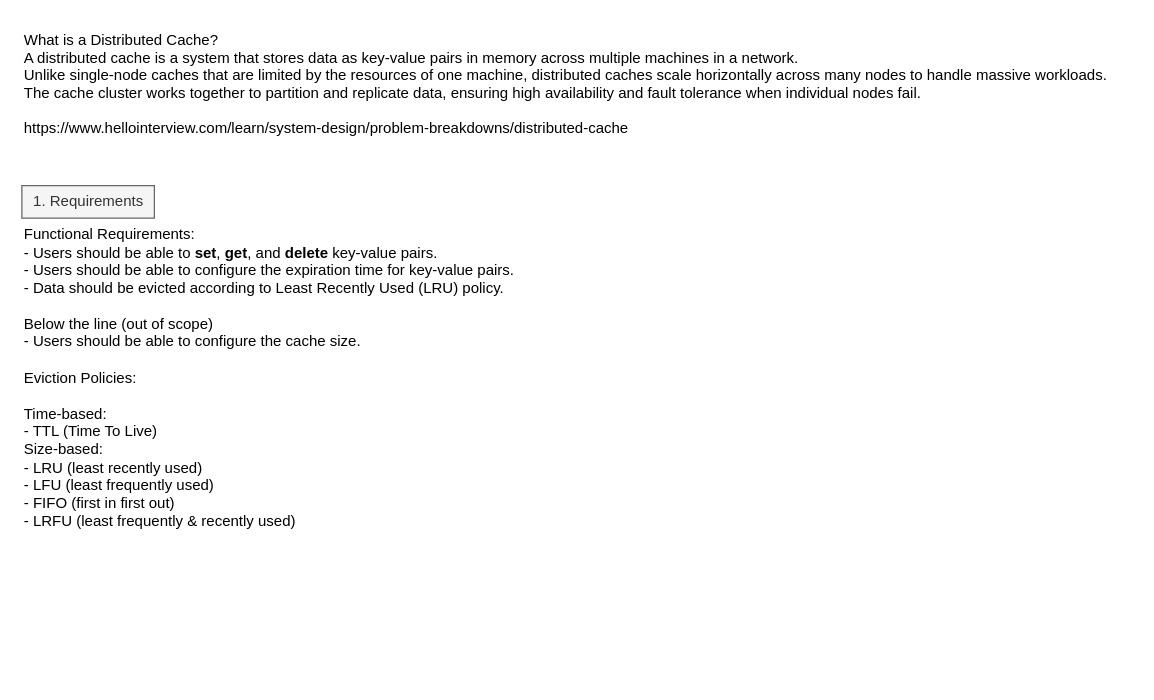
This is page "distributed cache" (4 of 4) of system_design.drawio from lacrimae/system_design_practice, a draw.io file, before an edit. Source tidied: cells renumbered, new cells numbered last; positions are measured from the earlier drawing's top-left corner, leaving out a move shared by most shapes. Both pictures are drawn from the tidied source at 125%, with x=0, y=0 at pixel (21, 21).
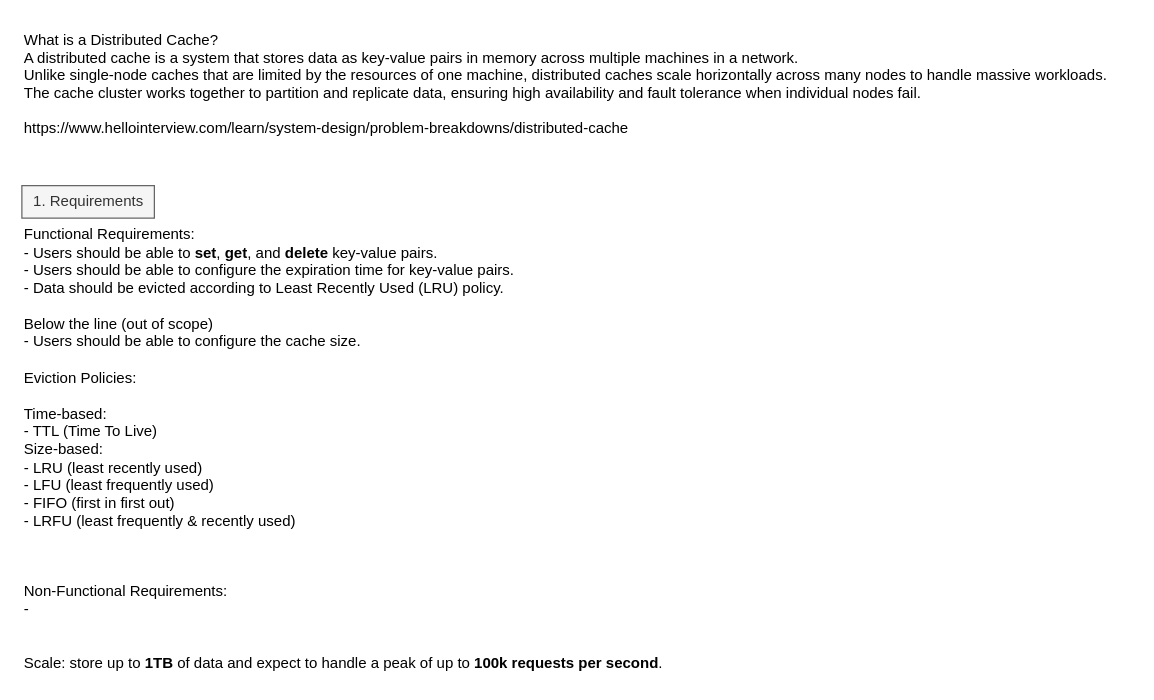
The same page after the edit.

Diff of the diagram source:
```diff
@@
 <mxGraphModel>
   <root>
     <mxCell id="0" />
     <mxCell id="1" parent="0" />
     <mxCell id="2" value="&lt;div style=&quot;&quot;&gt;&lt;br&gt;&lt;/div&gt;" style="text;html=1;align=left;verticalAlign=middle;strokeColor=none;fillColor=none;" parent="1" vertex="1">
       <mxGeometry x="693" y="169" width="18" height="26" as="geometry" />
     </mxCell>
     <mxCell id="3" value="What is a Distributed Cache?&#10;A distributed cache is a system that stores data as key-value pairs in memory across multiple machines in a network. &#10;Unlike single-node caches that are limited by the resources of one machine, distributed caches scale horizontally across many nodes to handle massive workloads. &#10;The cache cluster works together to partition and replicate data, ensuring high availability and fault tolerance when individual nodes fail.&#10;&#10;https://www.hellointerview.com/learn/system-design/problem-breakdowns/distributed-cache" style="text;align=left;verticalAlign=middle;strokeColor=none;fillColor=none;fontStyle=0;" parent="1" vertex="1">
       <mxGeometry width="888" height="98" as="geometry" />
     </mxCell>
     <mxCell id="4" value="1. Requirements" style="text;html=1;align=center;verticalAlign=middle;strokeColor=#666666;fillColor=#f5f5f5;fontColor=#333333;" parent="1" vertex="1">
       <mxGeometry y="131" width="106" height="26" as="geometry" />
     </mxCell>
     <mxCell id="5" value="Functional Requirements:&lt;div&gt;&lt;div&gt;- Users should be able to &lt;b&gt;set&lt;/b&gt;, &lt;b&gt;get&lt;/b&gt;, and &lt;b&gt;delete&lt;/b&gt; key-value pairs.&lt;/div&gt;&lt;div&gt;- Users should be able to configure the expiration time for key-value pairs.&lt;/div&gt;&lt;div&gt;- Data should be evicted according to Least Recently Used (LRU) policy.&lt;/div&gt;&lt;div&gt;&lt;br&gt;&lt;/div&gt;&lt;div&gt;Below the line (out of scope)&lt;/div&gt;&lt;div&gt;- Users should be able to configure the cache size.&lt;/div&gt;&lt;/div&gt;" style="text;html=1;align=left;verticalAlign=middle;strokeColor=none;fillColor=none;" parent="1" vertex="1">
       <mxGeometry y="156" width="410" height="113" as="geometry" />
     </mxCell>
     <mxCell id="6" value="Eviction Policies:&lt;div&gt;&lt;br&gt;&lt;div&gt;Time-based:&lt;/div&gt;&lt;div&gt;- TTL (Time To Live)&lt;/div&gt;&lt;div&gt;Size-based:&lt;/div&gt;&lt;div&gt;- LRU (least recently used)&lt;/div&gt;&lt;div&gt;- LFU (least frequently used)&lt;/div&gt;&lt;div&gt;- FIFO (first in first out)&lt;/div&gt;&lt;div&gt;- LRFU (least frequently &amp;amp; recently used)&lt;/div&gt;&lt;/div&gt;" style="text;html=1;align=left;verticalAlign=middle;strokeColor=none;fillColor=none;" parent="1" vertex="1">
       <mxGeometry y="271" width="235" height="142" as="geometry" />
     </mxCell>
+    <mxCell id="7" value="Non-Functional Requirements:&lt;div&gt;-&lt;/div&gt;&lt;div&gt;&lt;br&gt;&lt;/div&gt;&lt;div&gt;&lt;br&gt;&lt;/div&gt;&lt;div style=&quot;&quot;&gt;Scale: store up to &lt;b&gt;1TB&lt;/b&gt; of data and expect to handle a peak of up to &lt;b&gt;100k requests per second&lt;/b&gt;.&lt;/div&gt;" style="text;html=1;align=left;verticalAlign=middle;strokeColor=none;fillColor=none;" parent="1" vertex="1">
+      <mxGeometry y="442" width="529" height="84" as="geometry" />
+    </mxCell>
   </root>
 </mxGraphModel>
```
